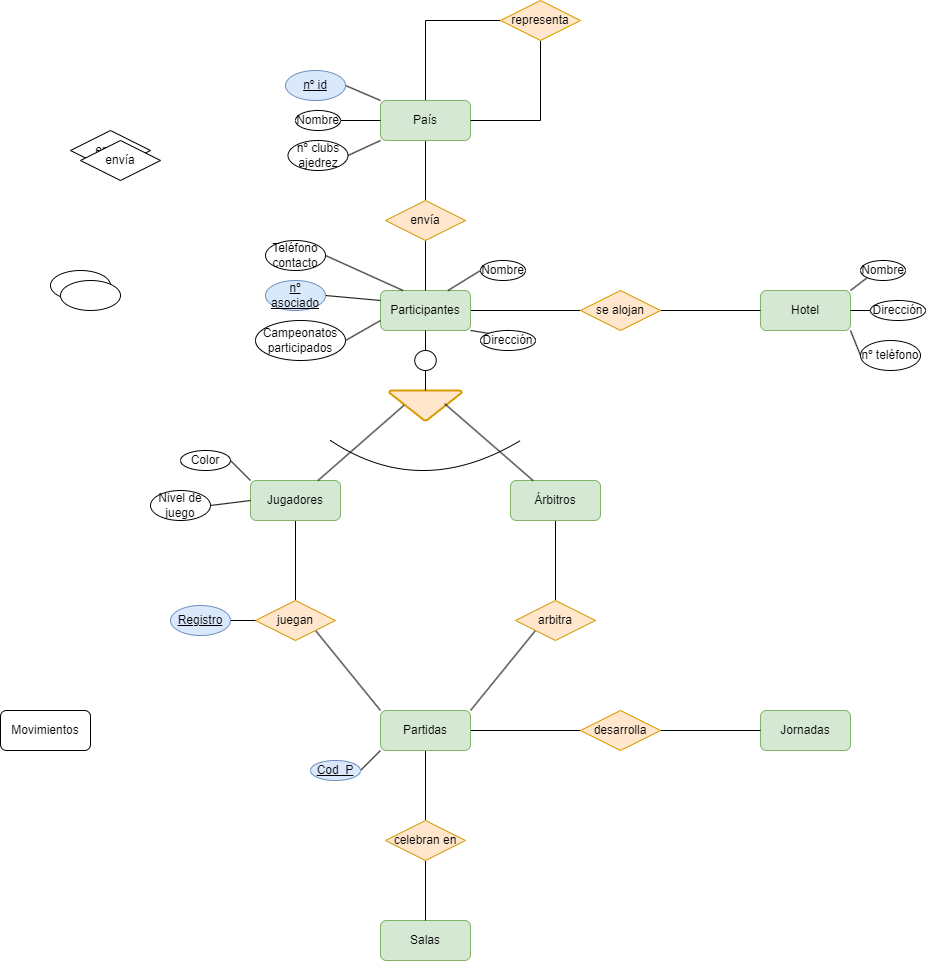
Before: Unidad-1/Tareas/Tareas-evaluables/Tarea-evaluable-2/tarea-evaluable-2.drawio.png, a diagram exported from draw.io (LuisMGlez/base-datos). Source tidied: cells renumbered, new cells last; positions are measured from the earlier drawing's top-left corner, leaving out a move shared by most shapes.
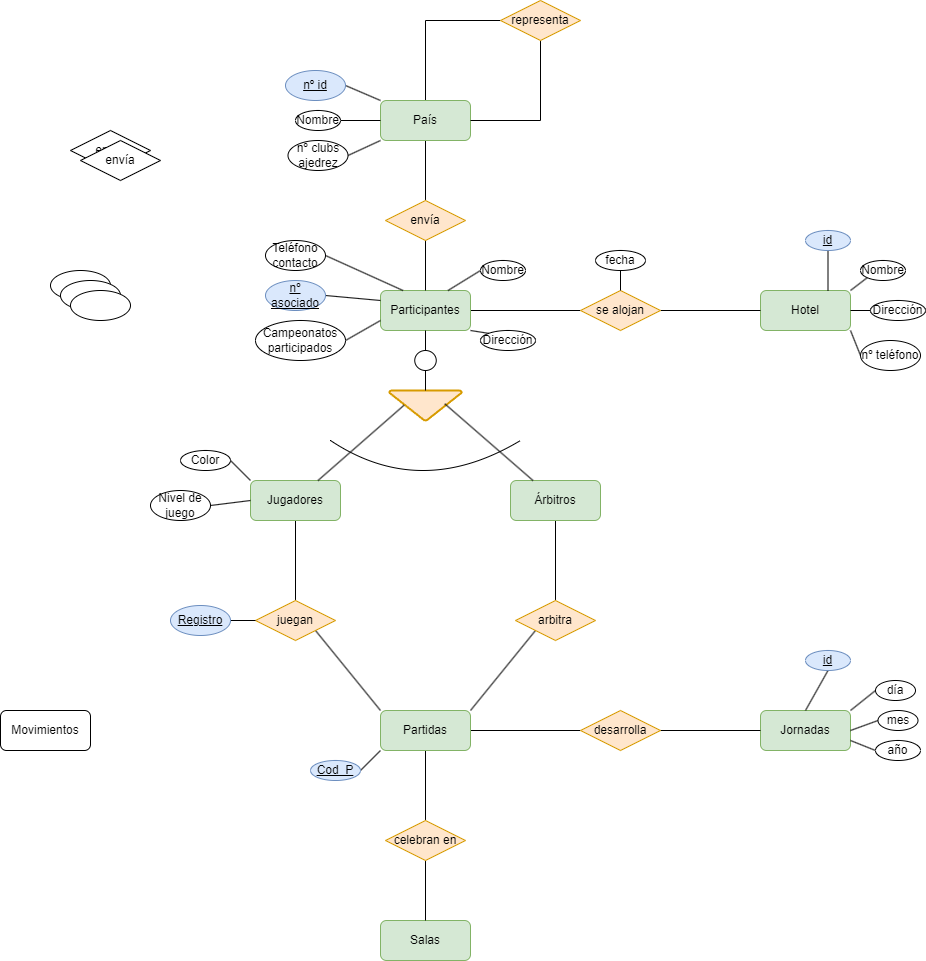
The same file after the commit.

Diff of the diagram source:
```diff
@@ -128,8 +128,11 @@
     <mxCell id="41" style="ellipse;whiteSpace=wrap;html=1;" parent="1" vertex="1">
       <mxGeometry x="50" y="270" width="60" height="30" as="geometry" />
     </mxCell>
+    <mxCell id="73" style="rounded=0;jettySize=auto;html=1;exitX=0.5;exitY=1;exitDx=0;exitDy=0;entryX=0.5;entryY=0;entryDx=0;entryDy=0;endArrow=none;endFill=0;" parent="1" edge="1" source="42" target="38">
+      <mxGeometry relative="1" as="geometry" />
+    </mxCell>
-    <mxCell id="42" style="ellipse;whiteSpace=wrap;html=1;" parent="1" vertex="1">
-      <mxGeometry x="60" y="280" width="60" height="30" as="geometry" />
+    <mxCell id="42" value="fecha" style="ellipse;whiteSpace=wrap;html=1;" parent="1" vertex="1">
+      <mxGeometry x="595" y="250" width="50" height="20" as="geometry" />
     </mxCell>
     <mxCell id="43" style="rounded=0;jettySize=auto;html=1;exitX=1;exitY=0.5;exitDx=0;exitDy=0;entryX=0;entryY=0.5;entryDx=0;entryDy=0;endArrow=none;endFill=0;" parent="1" edge="1" source="44" target="3">
       <mxGeometry relative="1" as="geometry" />
@@ -221,5 +224,41 @@
     <mxCell id="72" value="nº teléfono" style="ellipse;whiteSpace=wrap;html=1;" parent="1" vertex="1">
       <mxGeometry x="860" y="340" width="60" height="30" as="geometry" />
     </mxCell>
+    <mxCell id="74" style="ellipse;whiteSpace=wrap;html=1;" parent="1" vertex="1">
+      <mxGeometry x="60" y="280" width="60" height="30" as="geometry" />
+    </mxCell>
+    <mxCell id="75" style="ellipse;whiteSpace=wrap;html=1;" parent="1" vertex="1">
+      <mxGeometry x="70" y="290" width="60" height="30" as="geometry" />
+    </mxCell>
+    <mxCell id="76" style="rounded=0;jettySize=auto;html=1;exitX=0;exitY=0.5;exitDx=0;exitDy=0;entryX=1;entryY=0;entryDx=0;entryDy=0;endArrow=none;endFill=0;" parent="1" edge="1" source="77" target="5">
+      <mxGeometry relative="1" as="geometry" />
+    </mxCell>
+    <mxCell id="77" value="día" style="ellipse;whiteSpace=wrap;html=1;" parent="1" vertex="1">
+      <mxGeometry x="875" y="680" width="40" height="20" as="geometry" />
+    </mxCell>
+    <mxCell id="78" style="rounded=0;jettySize=auto;html=1;exitX=0.5;exitY=1;exitDx=0;exitDy=0;entryX=0.75;entryY=0;entryDx=0;entryDy=0;endArrow=none;endFill=0;" parent="1" edge="1" source="79" target="6">
+      <mxGeometry relative="1" as="geometry" />
+    </mxCell>
+    <mxCell id="79" value="&lt;u&gt;id&lt;/u&gt;" style="ellipse;whiteSpace=wrap;html=1;fillColor=#dae8fc;strokeColor=#6c8ebf;" parent="1" vertex="1">
+      <mxGeometry x="805" y="230" width="45" height="20" as="geometry" />
+    </mxCell>
+    <mxCell id="80" style="rounded=0;jettySize=auto;html=1;exitX=0;exitY=0.5;exitDx=0;exitDy=0;entryX=1;entryY=0.5;entryDx=0;entryDy=0;endArrow=none;endFill=0;" parent="1" edge="1" source="81" target="5">
+      <mxGeometry relative="1" as="geometry" />
+    </mxCell>
+    <mxCell id="81" value="mes" style="ellipse;whiteSpace=wrap;html=1;" parent="1" vertex="1">
+      <mxGeometry x="877.5" y="710" width="40" height="20" as="geometry" />
+    </mxCell>
+    <mxCell id="82" style="rounded=0;jettySize=auto;html=1;exitX=0;exitY=0.5;exitDx=0;exitDy=0;entryX=1;entryY=0.75;entryDx=0;entryDy=0;endArrow=none;endFill=0;" parent="1" edge="1" source="83" target="5">
+      <mxGeometry relative="1" as="geometry" />
+    </mxCell>
+    <mxCell id="83" value="año" style="ellipse;whiteSpace=wrap;html=1;" parent="1" vertex="1">
+      <mxGeometry x="875" y="740" width="45" height="20" as="geometry" />
+    </mxCell>
+    <mxCell id="84" style="rounded=0;jettySize=auto;html=1;exitX=0.5;exitY=1;exitDx=0;exitDy=0;entryX=0.5;entryY=0;entryDx=0;entryDy=0;endArrow=none;endFill=0;" parent="1" edge="1" source="85" target="5">
+      <mxGeometry relative="1" as="geometry" />
+    </mxCell>
+    <mxCell id="85" value="&lt;u&gt;id&lt;/u&gt;" style="ellipse;whiteSpace=wrap;html=1;fillColor=#dae8fc;strokeColor=#6c8ebf;" parent="1" vertex="1">
+      <mxGeometry x="805" y="650" width="45" height="20" as="geometry" />
+    </mxCell>
   </root>
 </mxGraphModel>
```
